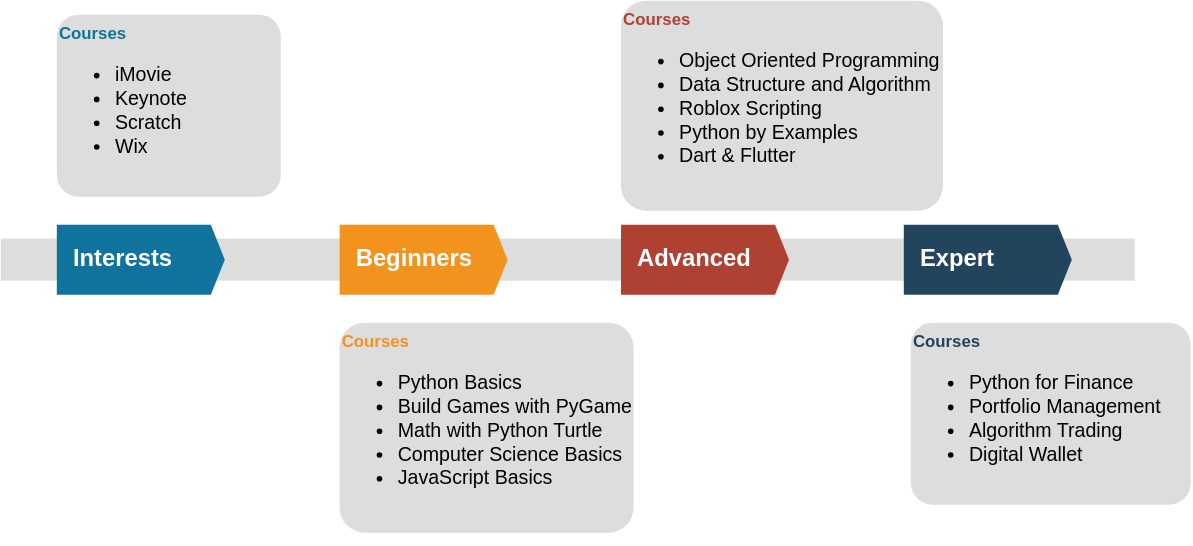
Above: images/course_design.drawio.svg in data-octo/coding-from-zero-to-hero (draw.io), before the change. Source tidied: cells renumbered, new cells last; positions are measured from the earlier drawing's top-left corner, leaving out a move shared by most shapes. The source it was exported from:
```xml
<mxGraphModel>
  <root>
    <mxCell id="0" />
    <mxCell id="1" parent="0" />
    <mxCell id="2" style="fillColor=#dddddd;rounded=0;strokeColor=none;" parent="1" vertex="1">
      <mxGeometry y="170" width="810" height="30" as="geometry" />
    </mxCell>
    <mxCell id="3" value="Interests" style="shape=mxgraph.infographic.ribbonSimple;notch1=0;notch2=10;notch=0;html=1;fillColor=#10739E;strokeColor=none;shadow=0;fontSize=17;fontColor=#FFFFFF;align=left;spacingLeft=10;fontStyle=1;flipH=0;" parent="1" vertex="1">
      <mxGeometry x="40" y="160" width="120" height="50" as="geometry" />
    </mxCell>
    <mxCell id="4" value="Beginners" style="shape=mxgraph.infographic.ribbonSimple;notch1=0;notch2=10;notch=0;html=1;fillColor=#F2931E;strokeColor=none;shadow=0;fontSize=17;fontColor=#FFFFFF;align=left;spacingLeft=10;fontStyle=1;flipH=0;" parent="1" vertex="1">
      <mxGeometry x="242" y="160" width="120" height="50" as="geometry" />
    </mxCell>
    <mxCell id="5" value="Advanced" style="shape=mxgraph.infographic.ribbonSimple;notch1=0;notch2=10;notch=0;html=1;fillColor=#AE4132;strokeColor=none;shadow=0;fontSize=17;fontColor=#FFFFFF;align=left;spacingLeft=10;fontStyle=1;flipH=0;" parent="1" vertex="1">
      <mxGeometry x="443" y="160" width="120" height="50" as="geometry" />
    </mxCell>
    <mxCell id="6" value="Expert" style="shape=mxgraph.infographic.ribbonSimple;notch1=0;notch2=10;notch=0;html=1;fillColor=#23445D;strokeColor=none;shadow=0;fontSize=17;fontColor=#FFFFFF;align=left;spacingLeft=10;fontStyle=1;flipH=0;" parent="1" vertex="1">
      <mxGeometry x="645" y="160" width="120" height="50" as="geometry" />
    </mxCell>
    <mxCell id="7" value="&lt;font&gt;&lt;font color=&quot;#10739e&quot;&gt;&lt;b&gt;Courses&lt;/b&gt;&lt;/font&gt;&lt;br&gt;&lt;ul style=&quot;font-size: 14px;&quot;&gt;&lt;li&gt;iMovie&lt;/li&gt;&lt;li&gt;Keynote&lt;/li&gt;&lt;li&gt;Scratch&lt;/li&gt;&lt;li&gt;Wix&lt;/li&gt;&lt;/ul&gt;&lt;/font&gt;" style="rounded=1;strokeColor=none;fillColor=#DDDDDD;align=left;arcSize=12;verticalAlign=top;whiteSpace=wrap;html=1;fontSize=12;" parent="1" vertex="1">
      <mxGeometry x="40" y="10" width="160" height="130" as="geometry" />
    </mxCell>
    <mxCell id="8" value="&lt;font style=&quot;font-size: 10px&quot;&gt;&lt;font style=&quot;font-size: 12px&quot; color=&quot;#F2931E&quot;&gt;&lt;b&gt;Courses&lt;/b&gt;&lt;/font&gt;&lt;br&gt;&lt;ul style=&quot;font-size: 14px&quot;&gt;&lt;li&gt;&lt;span&gt;Python Basics&lt;/span&gt;&lt;/li&gt;&lt;li&gt;&lt;span&gt;Build Games with PyGame&lt;/span&gt;&lt;br&gt;&lt;/li&gt;&lt;li&gt;Math with Python Turtle&lt;/li&gt;&lt;li&gt;Computer Science Basics&lt;/li&gt;&lt;li&gt;JavaScript Basics&lt;/li&gt;&lt;/ul&gt;&lt;/font&gt;" style="rounded=1;strokeColor=none;fillColor=#DDDDDD;align=left;arcSize=12;verticalAlign=top;whiteSpace=wrap;html=1;fontSize=12;" parent="1" vertex="1">
      <mxGeometry x="242" y="230" width="210" height="150" as="geometry" />
    </mxCell>
    <mxCell id="9" value="&lt;div&gt;&lt;b style=&quot;color: rgb(174 , 65 , 50)&quot;&gt;Courses&lt;/b&gt;&lt;/div&gt;&lt;font style=&quot;font-size: 10px&quot;&gt;&lt;ul style=&quot;font-size: 14px&quot;&gt;&lt;li&gt;Object Oriented Programming&lt;/li&gt;&lt;li&gt;Data Structure and Algorithm&lt;/li&gt;&lt;li&gt;Roblox Scripting&lt;/li&gt;&lt;li&gt;Python by Examples&lt;/li&gt;&lt;li&gt;Dart &amp;amp; Flutter&lt;/li&gt;&lt;/ul&gt;&lt;/font&gt;" style="rounded=1;strokeColor=none;fillColor=#DDDDDD;align=left;arcSize=12;verticalAlign=top;whiteSpace=wrap;html=1;fontSize=12;" parent="1" vertex="1">
      <mxGeometry x="443" width="230" height="150" as="geometry" />
    </mxCell>
    <mxCell id="10" value="&lt;font style=&quot;font-size: 10px&quot;&gt;&lt;font style=&quot;font-size: 12px&quot; color=&quot;#23445D&quot;&gt;&lt;b&gt;Courses&lt;/b&gt;&lt;/font&gt;&lt;br&gt;&lt;ul style=&quot;font-size: 14px&quot;&gt;&lt;li&gt;Python for Finance&lt;/li&gt;&lt;li&gt;&lt;span&gt;Portfolio Management&lt;/span&gt;&lt;/li&gt;&lt;li&gt;&lt;span&gt;Algorithm Trading&lt;/span&gt;&lt;br&gt;&lt;/li&gt;&lt;li&gt;Digital Wallet&lt;/li&gt;&lt;/ul&gt;&lt;/font&gt;" style="rounded=1;strokeColor=none;fillColor=#DDDDDD;align=left;arcSize=12;verticalAlign=top;whiteSpace=wrap;html=1;fontSize=12;" parent="1" vertex="1">
      <mxGeometry x="650" y="230" width="200" height="130" as="geometry" />
    </mxCell>
  </root>
</mxGraphModel>
```
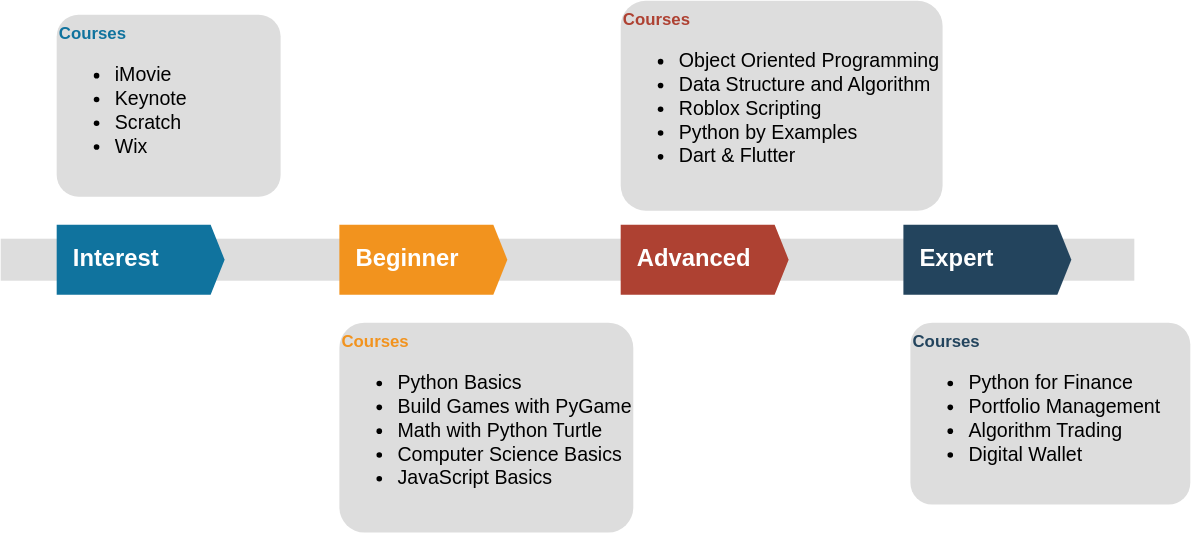
Later version of the same file.

What changed in the source:
```diff
@@ -5,10 +5,10 @@
     <mxCell id="2" style="fillColor=#dddddd;rounded=0;strokeColor=none;" parent="1" vertex="1">
       <mxGeometry y="170" width="810" height="30" as="geometry" />
     </mxCell>
-    <mxCell id="3" value="Interests" style="shape=mxgraph.infographic.ribbonSimple;notch1=0;notch2=10;notch=0;html=1;fillColor=#10739E;strokeColor=none;shadow=0;fontSize=17;fontColor=#FFFFFF;align=left;spacingLeft=10;fontStyle=1;flipH=0;" parent="1" vertex="1">
+    <mxCell id="3" value="Interest" style="shape=mxgraph.infographic.ribbonSimple;notch1=0;notch2=10;notch=0;html=1;fillColor=#10739E;strokeColor=none;shadow=0;fontSize=17;fontColor=#FFFFFF;align=left;spacingLeft=10;fontStyle=1;flipH=0;" parent="1" vertex="1">
       <mxGeometry x="40" y="160" width="120" height="50" as="geometry" />
     </mxCell>
-    <mxCell id="4" value="Beginners" style="shape=mxgraph.infographic.ribbonSimple;notch1=0;notch2=10;notch=0;html=1;fillColor=#F2931E;strokeColor=none;shadow=0;fontSize=17;fontColor=#FFFFFF;align=left;spacingLeft=10;fontStyle=1;flipH=0;" parent="1" vertex="1">
+    <mxCell id="4" value="Beginner" style="shape=mxgraph.infographic.ribbonSimple;notch1=0;notch2=10;notch=0;html=1;fillColor=#F2931E;strokeColor=none;shadow=0;fontSize=17;fontColor=#FFFFFF;align=left;spacingLeft=10;fontStyle=1;flipH=0;" parent="1" vertex="1">
       <mxGeometry x="242" y="160" width="120" height="50" as="geometry" />
     </mxCell>
     <mxCell id="5" value="Advanced" style="shape=mxgraph.infographic.ribbonSimple;notch1=0;notch2=10;notch=0;html=1;fillColor=#AE4132;strokeColor=none;shadow=0;fontSize=17;fontColor=#FFFFFF;align=left;spacingLeft=10;fontStyle=1;flipH=0;" parent="1" vertex="1">
```
